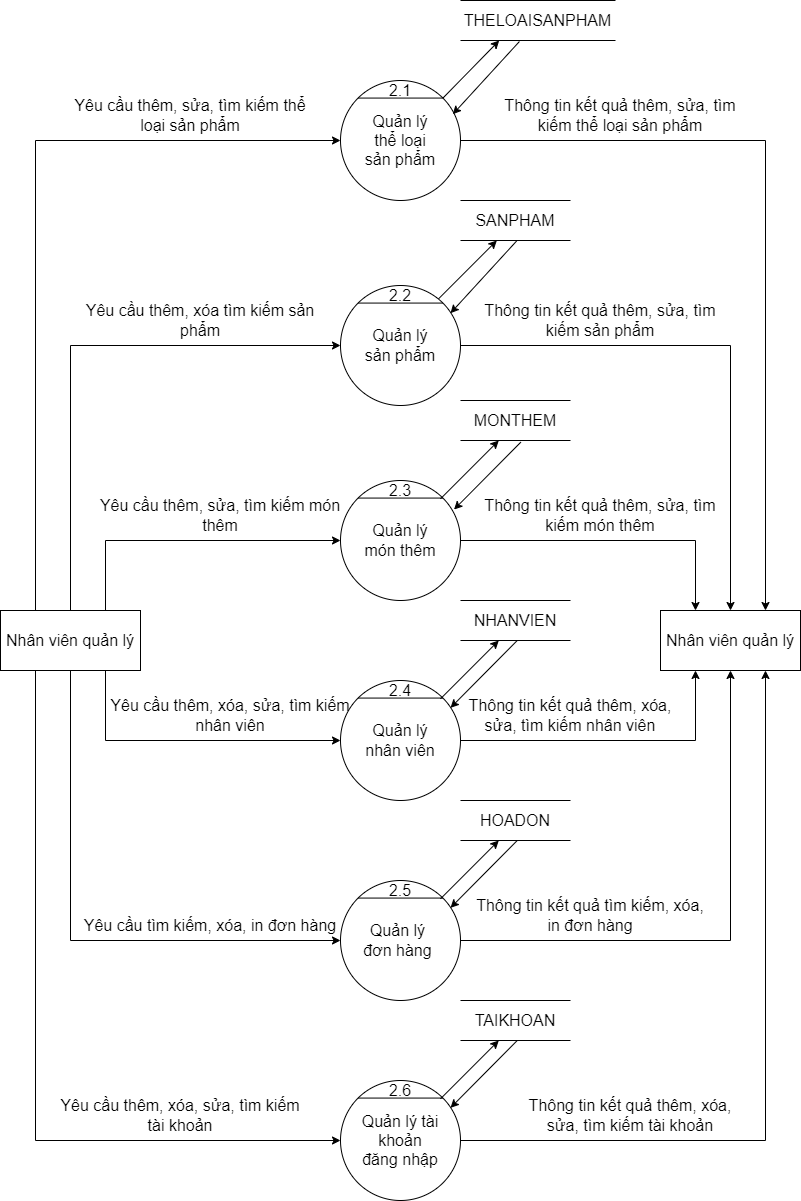
Earlier version of the draw.io export BFD&DFD/BFD&DFD mức 0, 1, 2, 3/DFD_1_Quanlydanhmuc_Version_Final.png (hungtadasuke/CoffeShop_SoftwareTechnology). Source tidied: cells renumbered, new cells last; positions are measured from the earlier drawing's top-left corner, leaving out a move shared by most shapes.
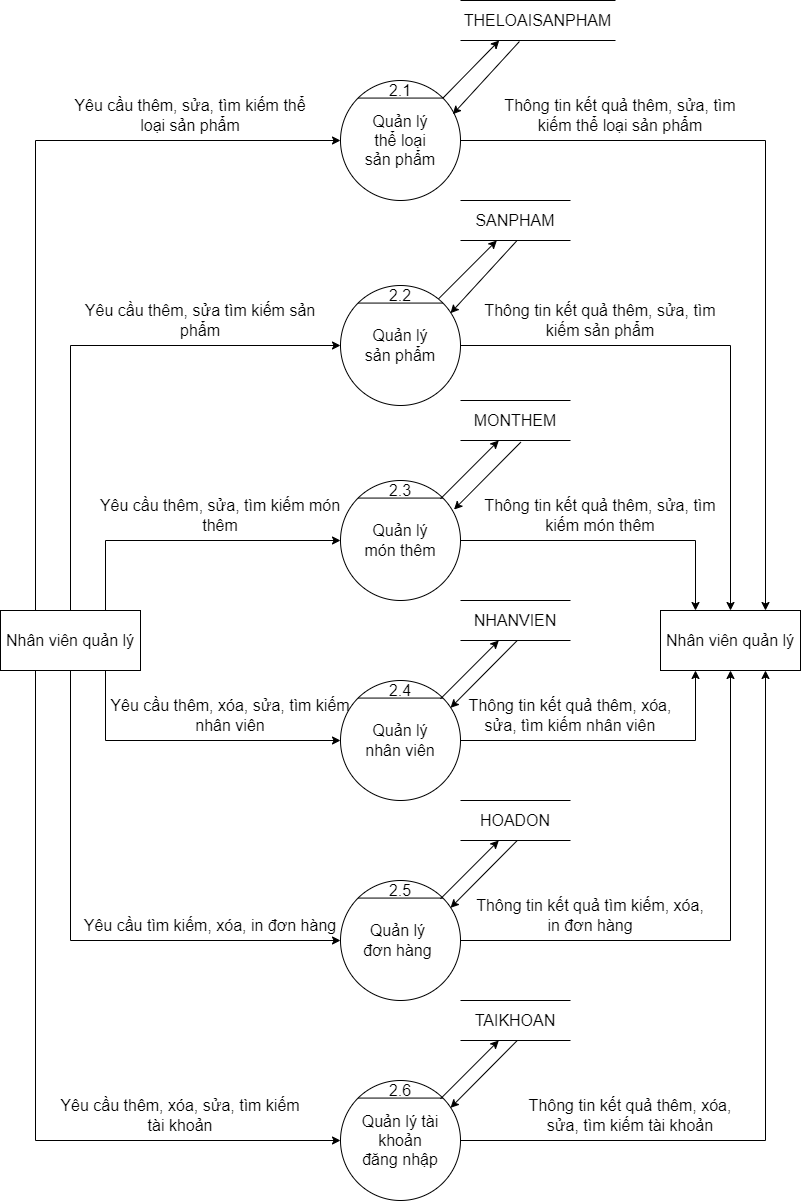
After the commit.

What changed in the source:
```diff
@@ -250,7 +250,7 @@
     <mxCell id="59" value="Thông tin kết quả&amp;nbsp;thêm, sửa, tìm kiếm thể loại sản phẩm" style="text;html=1;strokeColor=none;fillColor=none;align=center;verticalAlign=middle;whiteSpace=wrap;rounded=0;fontSize=16;" parent="1" vertex="1">
       <mxGeometry x="490" y="100" width="260" height="30" as="geometry" />
     </mxCell>
-    <mxCell id="60" value="Yêu cầu thêm, xóa tìm kiếm sản phẩm" style="text;html=1;strokeColor=none;fillColor=none;align=center;verticalAlign=middle;whiteSpace=wrap;rounded=0;fontSize=16;" parent="1" vertex="1">
+    <mxCell id="60" value="Yêu cầu thêm, sửa tìm kiếm sản phẩm" style="text;html=1;strokeColor=none;fillColor=none;align=center;verticalAlign=middle;whiteSpace=wrap;rounded=0;fontSize=16;" parent="1" vertex="1">
       <mxGeometry x="70" y="300" width="260" height="40" as="geometry" />
     </mxCell>
     <mxCell id="61" value="Thông tin kết quả&amp;nbsp;thêm, sửa, tìm kiếm sản phẩm" style="text;html=1;strokeColor=none;fillColor=none;align=center;verticalAlign=middle;whiteSpace=wrap;rounded=0;fontSize=16;" parent="1" vertex="1">
```
